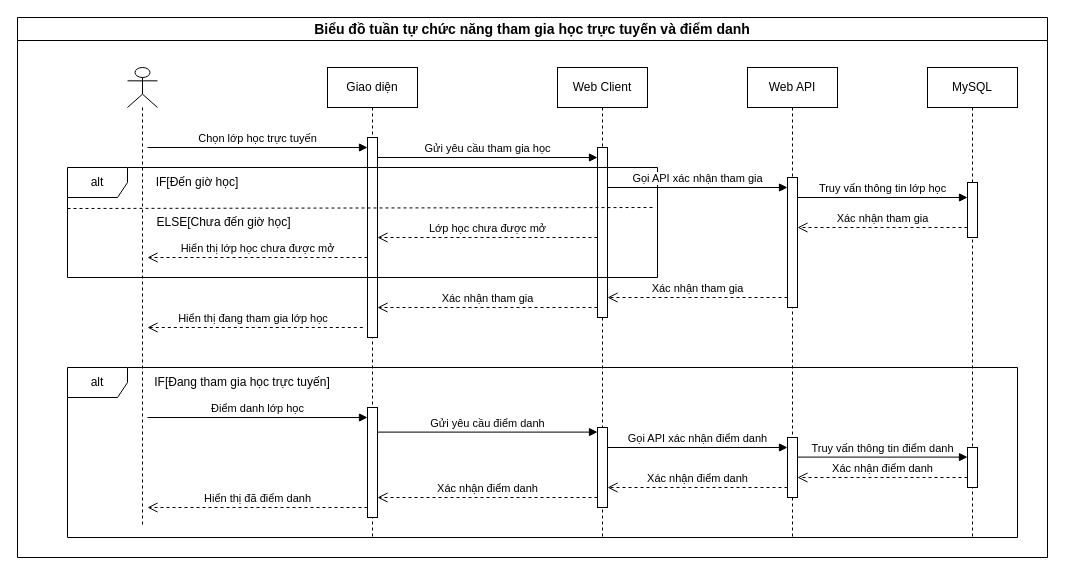
Earlier version of the draw.io diagram document/Sequences/SequencesThamGiaHocTrucTuyenVaDiemDanh.drawio (toniiplaycode/DNC-Learning). Source tidied: cells renumbered, new cells numbered last; positions are measured from the earlier drawing's top-left corner, leaving out a move shared by most shapes. Both pictures are drawn from the tidied source at 100%, with x=0, y=0 at pixel (17, 17).
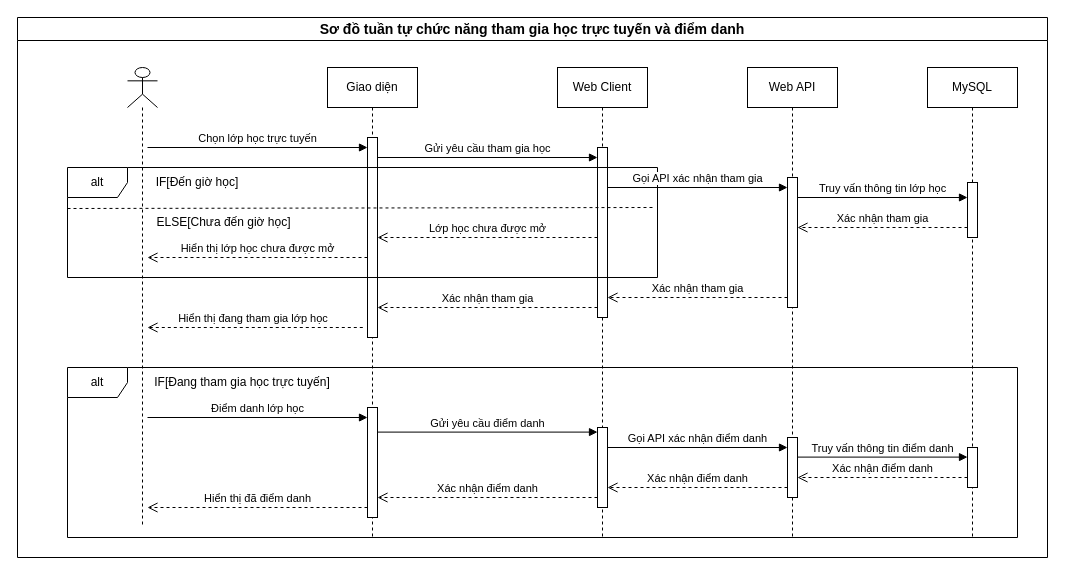
Above is the later version.

The edit, as a diff of the source:
```diff
@@
-    <mxCell id="2" value="Biểu đồ tuần tự chức năng tham gia học trực tuyến và điểm danh" style="swimlane;whiteSpace=wrap;html=1;startSize=23;fontSize=14;" parent="1" vertex="1">
+    <mxCell id="2" value="Sơ đồ tuần tự chức năng tham gia học trực tuyến và điểm danh" style="swimlane;whiteSpace=wrap;html=1;startSize=23;fontSize=14;" parent="1" vertex="1">
       <mxGeometry width="1030" height="540" as="geometry" />
     </mxCell>
```
